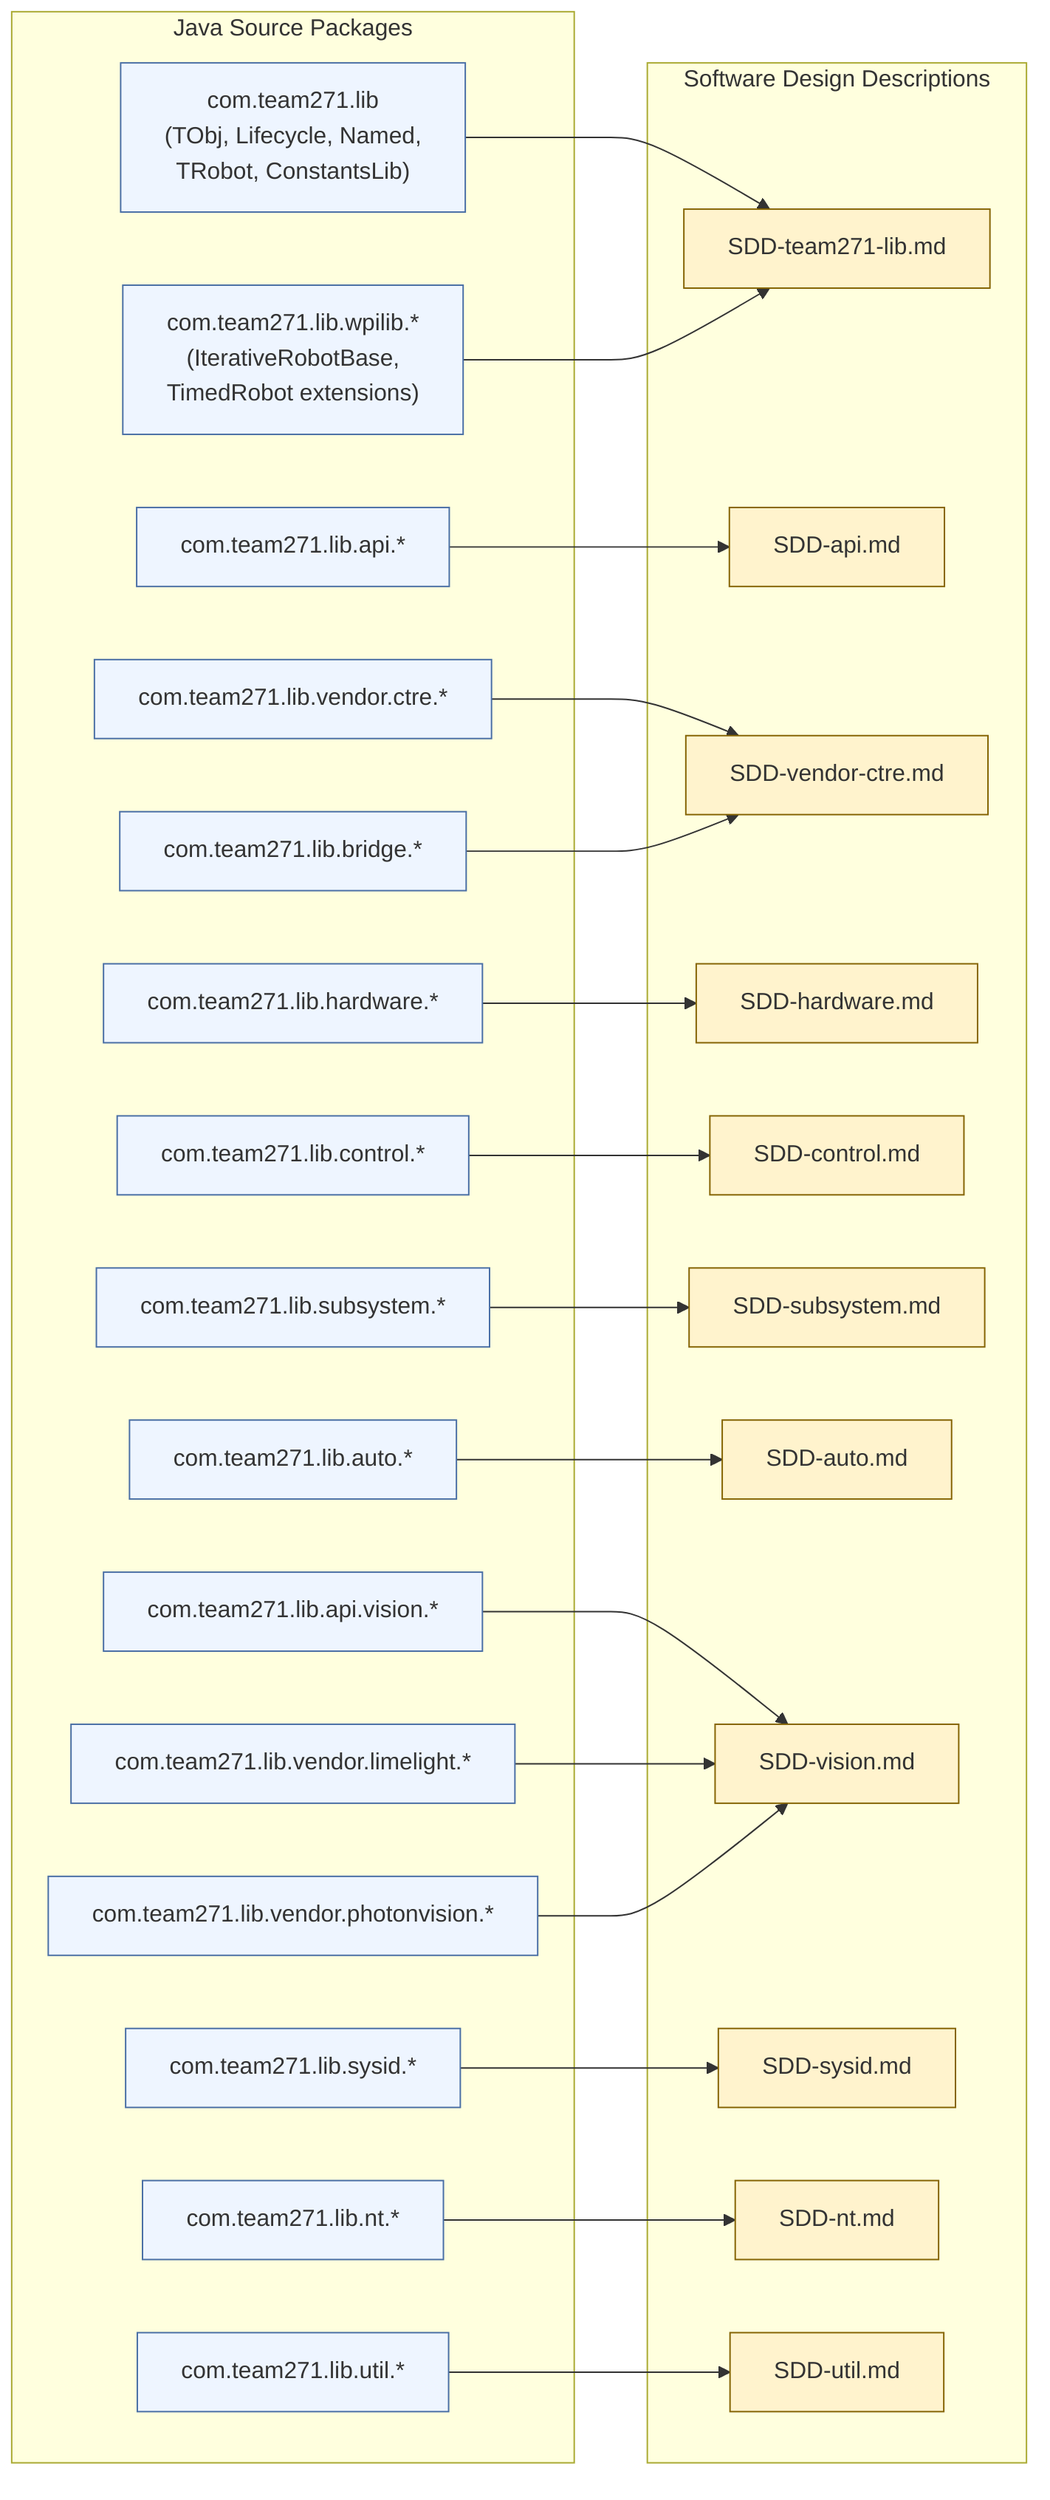
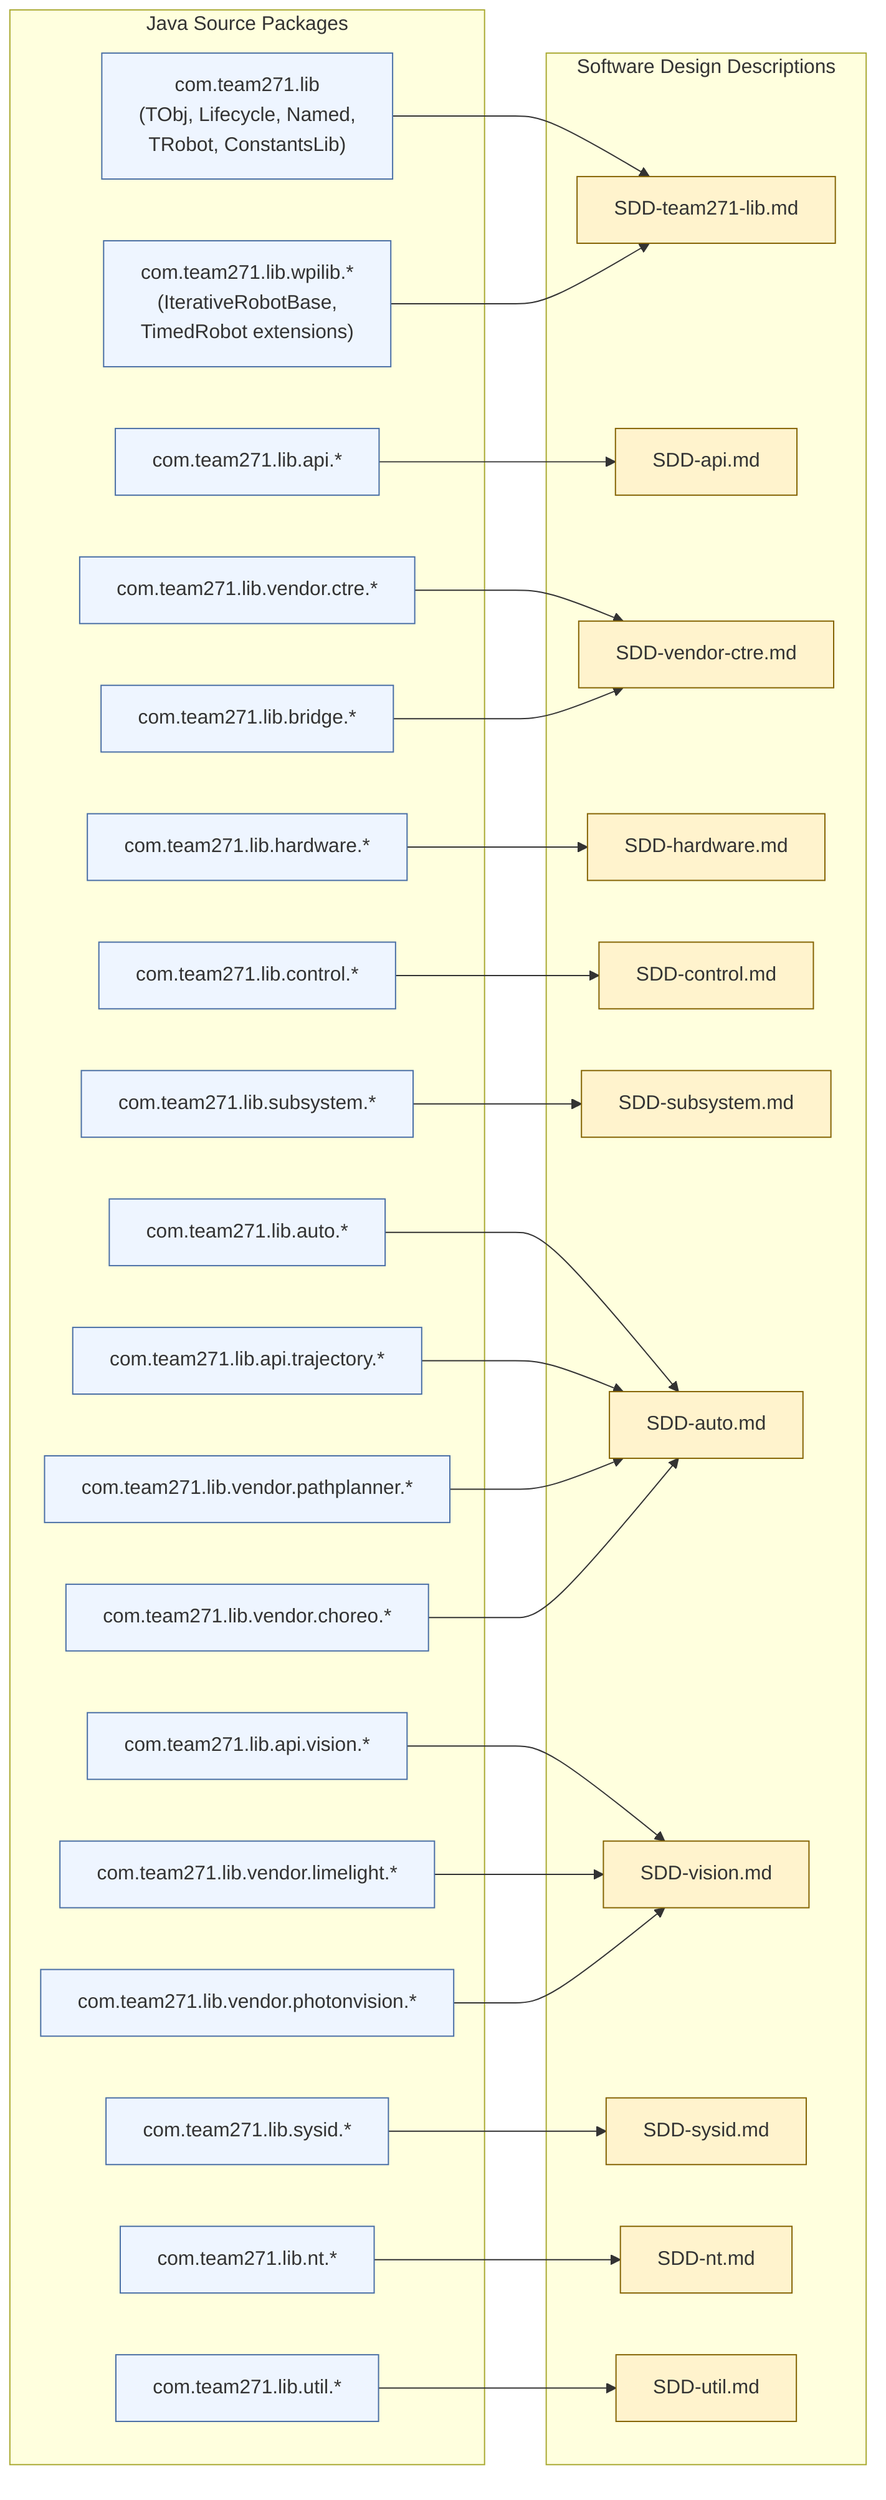
%% Team271-Lib — Package-to-SDD Map
%% Each Java source package maps to exactly one Software Design Description.
%% Source of truth: docs/team-lib/planning/README.md "Package-to-SDD Map"

graph LR
    subgraph PKG["Java Source Packages"]
        p_root["com.team271.lib<br/>(TObj, Lifecycle, Named,<br/>TRobot, ConstantsLib)"]
        p_wpilib["com.team271.lib.wpilib.*<br/>(IterativeRobotBase,<br/>TimedRobot extensions)"]
        p_api["com.team271.lib.api.*"]
        p_api_vision["com.team271.lib.api.vision.*"]
        p_vendor_ctre["com.team271.lib.vendor.ctre.*"]
        p_vendor_lime["com.team271.lib.vendor.limelight.*"]
        p_vendor_photon["com.team271.lib.vendor.photonvision.*"]
+         p_api_trajectory["com.team271.lib.api.trajectory.*"]
+         p_vendor_pathplanner["com.team271.lib.vendor.pathplanner.*"]
+         p_vendor_choreo["com.team271.lib.vendor.choreo.*"]
        p_bridge["com.team271.lib.bridge.*"]
        p_hw["com.team271.lib.hardware.*"]
        p_ctrl["com.team271.lib.control.*"]
        p_sub["com.team271.lib.subsystem.*"]
        p_auto["com.team271.lib.auto.*"]
        p_sysid["com.team271.lib.sysid.*"]
        p_nt["com.team271.lib.nt.*"]
        p_util["com.team271.lib.util.*"]
    end

    subgraph SDD["Software Design Descriptions"]
        s_root["SDD-team271-lib.md"]
        s_api["SDD-api.md"]
        s_vendor["SDD-vendor-ctre.md"]
        s_hw["SDD-hardware.md"]
        s_ctrl["SDD-control.md"]
        s_sub["SDD-subsystem.md"]
        s_auto["SDD-auto.md"]
        s_vision["SDD-vision.md"]
        s_sysid["SDD-sysid.md"]
        s_nt["SDD-nt.md"]
        s_util["SDD-util.md"]
    end

    p_root --> s_root
    p_wpilib --> s_root
    p_api --> s_api
    p_vendor_ctre --> s_vendor
    p_bridge --> s_vendor
    p_hw --> s_hw
    p_ctrl --> s_ctrl
    p_sub --> s_sub
    p_auto --> s_auto
    p_api_vision --> s_vision
    p_vendor_lime --> s_vision
    p_vendor_photon --> s_vision
+     p_api_trajectory --> s_auto
+     p_vendor_pathplanner --> s_auto
+     p_vendor_choreo --> s_auto
    p_sysid --> s_sysid
    p_nt --> s_nt
    p_util --> s_util

    classDef pkg fill:#eef5ff,stroke:#4a6fa5
    classDef sdd fill:#fff3cd,stroke:#856404

-     class p_root,p_wpilib,p_api,p_api_vision,p_vendor_ctre,p_vendor_lime,p_vendor_photon,p_bridge,p_hw,p_ctrl,p_sub,p_auto,p_sysid,p_nt,p_util pkg
+     class p_root,p_wpilib,p_api,p_api_vision,p_api_trajectory,p_vendor_ctre,p_vendor_lime,p_vendor_photon,p_vendor_pathplanner,p_vendor_choreo,p_bridge,p_hw,p_ctrl,p_sub,p_auto,p_sysid,p_nt,p_util pkg
    class s_root,s_api,s_vendor,s_hw,s_ctrl,s_sub,s_auto,s_vision,s_sysid,s_nt,s_util sdd
